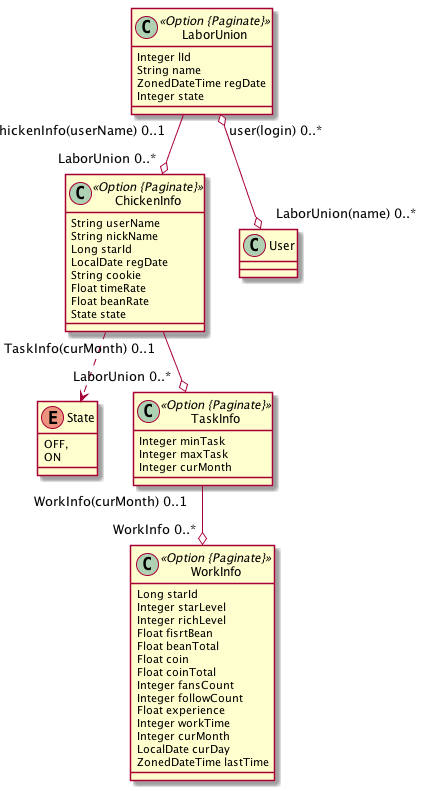
The PlantUML diagram src/model/Model.png in coldvmoon/luckystar, before a commit.
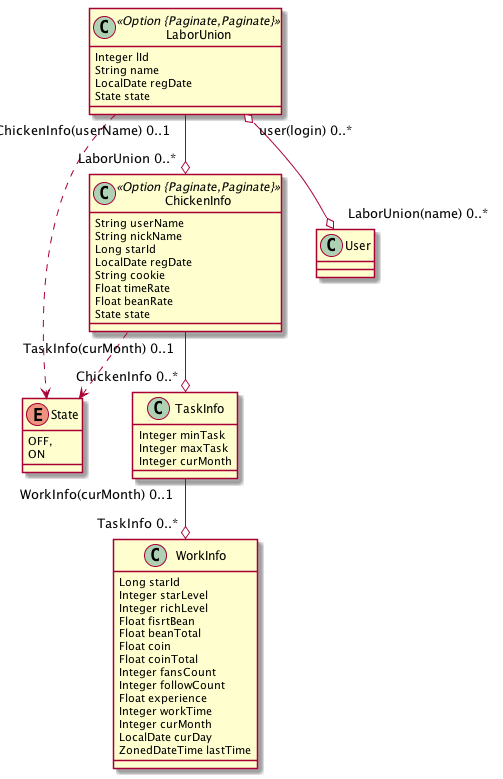
Above is the later version.

Change to the diagram source:
```diff
@@ -1,11 +1,12 @@
 @startuml
-	class LaborUnion <<Option {Paginate}>> {
+	class LaborUnion <<Option {Paginate,Paginate}>> {
 		Integer lId
 		String name
-		ZonedDateTime regDate
-		Integer state
+		LocalDate regDate
+		State state
 	}
-	class ChickenInfo <<Option {Paginate}>> {
+	LaborUnion ..> State
+	class ChickenInfo <<Option {Paginate,Paginate}>> {
 		String userName
 		String nickName
 		Long starId
@@ -16,12 +17,12 @@
 		State state
 	}
 	ChickenInfo ..> State
-	class TaskInfo <<Option {Paginate}>> {
+	class TaskInfo  {
 		Integer minTask
 		Integer maxTask
 		Integer curMonth
 	}
-	class WorkInfo <<Option {Paginate}>> {
+	class WorkInfo  {
 		Long starId
 		Integer starLevel
 		Integer richLevel
@@ -37,9 +38,9 @@
 		LocalDate curDay
 		ZonedDateTime lastTime
 	}
-	LaborUnion  "chickenInfo(userName) 0..1 " --o "LaborUnion 0..* "  ChickenInfo
-	ChickenInfo  "TaskInfo(curMonth) 0..1 " --o "LaborUnion 0..* "  TaskInfo
-	TaskInfo  "WorkInfo(curMonth) 0..1 " --o "WorkInfo 0..* "  WorkInfo
+	LaborUnion  "ChickenInfo(userName) 0..1 " --o "LaborUnion 0..* "  ChickenInfo
+	ChickenInfo  "TaskInfo(curMonth) 0..1 " --o "ChickenInfo 0..* "  TaskInfo
+	TaskInfo  "WorkInfo(curMonth) 0..1 " --o "TaskInfo 0..* "  WorkInfo
 	enum State {
 		OFF,
 		ON
```
